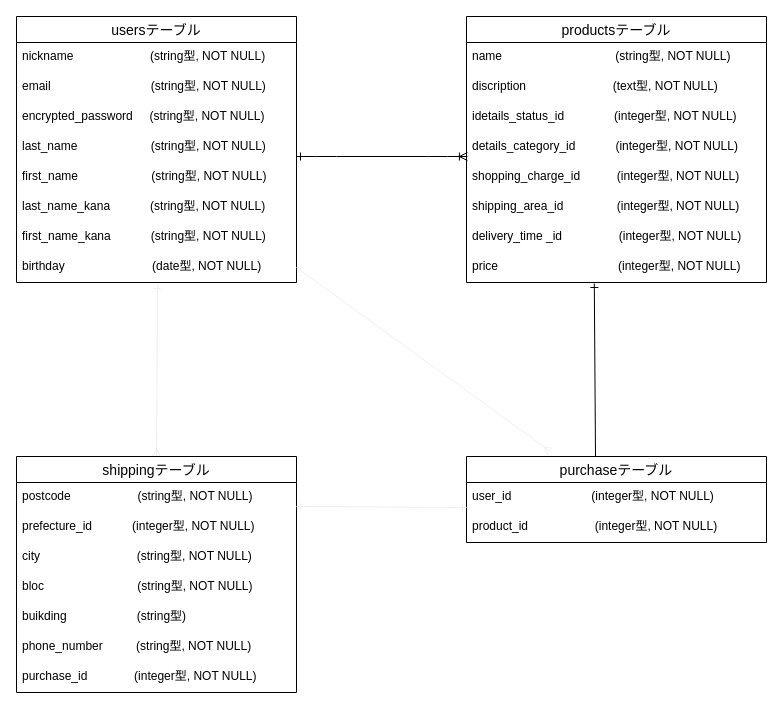
ayaishi1213/furima-35244 keeps this draw.io diagram as furima.dio. Above is the earlier version. Source tidied: cells renumbered, new cells numbered last; positions are measured from the earlier drawing's top-left corner, leaving out a move shared by most shapes. Both pictures are drawn from the tidied source at 100%, with x=0, y=0 at pixel (16, 16).
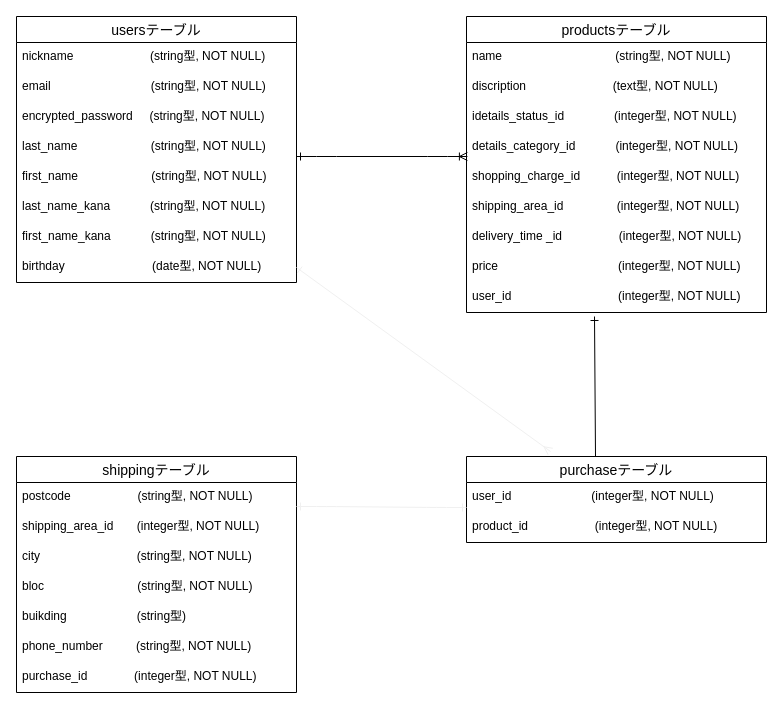
The same page after the edit.

Commit message (it also covers changes not shown here):
データベース設計修正_2

The change refers to these unchanged cells:
```xml
<mxCell id="10" value="price                                    (integer型, NOT NULL)" style="text;strokeColor=none;fillColor=none;spacingLeft=4;spacingRight=4;overflow=hidden;points=[[0,0.5],[1,0.5]];portConstraint=eastwest;fontSize=12;" parent="2" vertex="1">
  <mxGeometry y="236" width="300" height="30" as="geometry" />
</mxCell>
<mxCell id="19" value="birthday　　                   (date型, NOT NULL)" style="text;strokeColor=none;fillColor=none;spacingLeft=4;spacingRight=4;overflow=hidden;points=[[0,0.5],[1,0.5]];portConstraint=eastwest;fontSize=12;" parent="11" vertex="1">
  <mxGeometry y="236" width="280" height="30" as="geometry" />
</mxCell>
<mxCell id="21" value="shippingテーブル" style="swimlane;fontStyle=0;horizontal=1;startSize=26;align=center;fontSize=14;" parent="1" vertex="1">
  <mxGeometry y="440" width="280" height="236" as="geometry" />
</mxCell>
<mxCell id="30" value="purchaseテーブル" style="swimlane;fontStyle=0;horizontal=1;startSize=26;align=center;fontSize=14;" parent="1" vertex="1">
  <mxGeometry x="450" y="440" width="300" height="86" as="geometry" />
</mxCell>
```

Diff of the diagram source:
```diff
@@
     <mxCell id="2" value="productsテーブル" style="swimlane;fontStyle=0;horizontal=1;startSize=26;align=center;fontSize=14;" parent="1" vertex="1">
-      <mxGeometry x="450" width="300" height="266" as="geometry" />
+      <mxGeometry x="450" width="300" height="296" as="geometry" />
     </mxCell>
@@
+    <mxCell id="36" value="user_id                                (integer型, NOT NULL)" style="text;strokeColor=none;fillColor=none;spacingLeft=4;spacingRight=4;overflow=hidden;fontSize=12;" parent="2" vertex="1">
+      <mxGeometry y="266" width="300" height="30" as="geometry" />
+    </mxCell>
@@
-    <mxCell id="20" style="edgeStyle=none;rounded=0;jettySize=auto;html=1;sourcePerimeterSpacing=-15;endArrow=ERone;endFill=0;targetPerimeterSpacing=12;strokeColor=#f0f0f0;entryX=0.504;entryY=1.067;entryDx=0;entryDy=0;entryPerimeter=0;startArrow=ERmany;startFill=0;exitX=0.5;exitY=0;exitDx=0;exitDy=0;" parent="1" edge="1" source="21" target="19">
-      <mxGeometry relative="1" as="geometry" />
-    </mxCell>
@@
-    <mxCell id="23" value="prefecture_id            (integer型, NOT NULL)" style="text;strokeColor=none;fillColor=none;spacingLeft=4;spacingRight=4;overflow=hidden;fontSize=12;" parent="21" vertex="1">
+    <mxCell id="23" value="shipping_area_id       (integer型, NOT NULL)" style="text;strokeColor=none;fillColor=none;spacingLeft=4;spacingRight=4;overflow=hidden;fontSize=12;" parent="21" vertex="1">
       <mxGeometry y="56" width="280" height="30" as="geometry" />
     </mxCell>
@@
-    <mxCell id="29" style="edgeStyle=none;rounded=0;jettySize=auto;html=1;entryX=0.426;entryY=1.033;entryDx=0;entryDy=0;entryPerimeter=0;sourcePerimeterSpacing=-15;targetPerimeterSpacing=12;endArrow=ERone;endFill=0;exitX=0.43;exitY=0;exitDx=0;exitDy=0;exitPerimeter=0;" parent="1" edge="1" source="30" target="10">
-      <mxGeometry relative="1" as="geometry" />
+    <mxCell id="29" style="edgeStyle=none;rounded=0;jettySize=auto;html=1;sourcePerimeterSpacing=-15;targetPerimeterSpacing=12;endArrow=ERone;endFill=0;exitX=0.43;exitY=0;exitDx=0;exitDy=0;exitPerimeter=0;" parent="1" edge="1" source="30">
+      <mxGeometry relative="1" as="geometry">
+        <mxPoint x="578" y="300" as="targetPoint" />
+      </mxGeometry>
     </mxCell>
```
